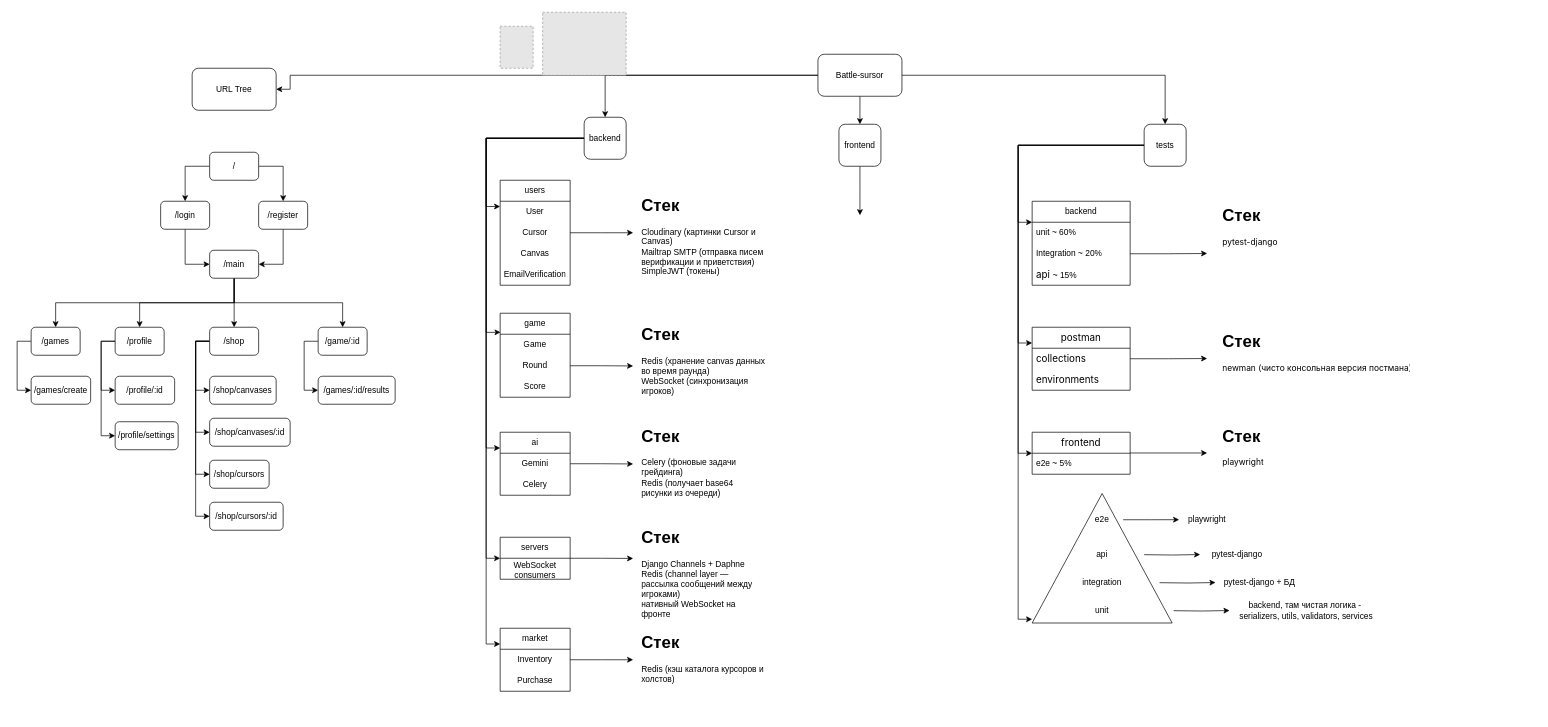
Earlier version of the draw.io diagram page "Architecture" (1 of 4) of Diagrams/Diagrams.drawio (ZeBro-pentest/Battle-cursor). Source tidied: cells renumbered, new cells numbered last; positions are measured from the earlier drawing's top-left corner, leaving out a move shared by most shapes. Both pictures are drawn from the tidied source at 70%, with x=0, y=0 at pixel (31, 12). Pictures stored in the file or linked from it are replaced by grey dashed boxes.
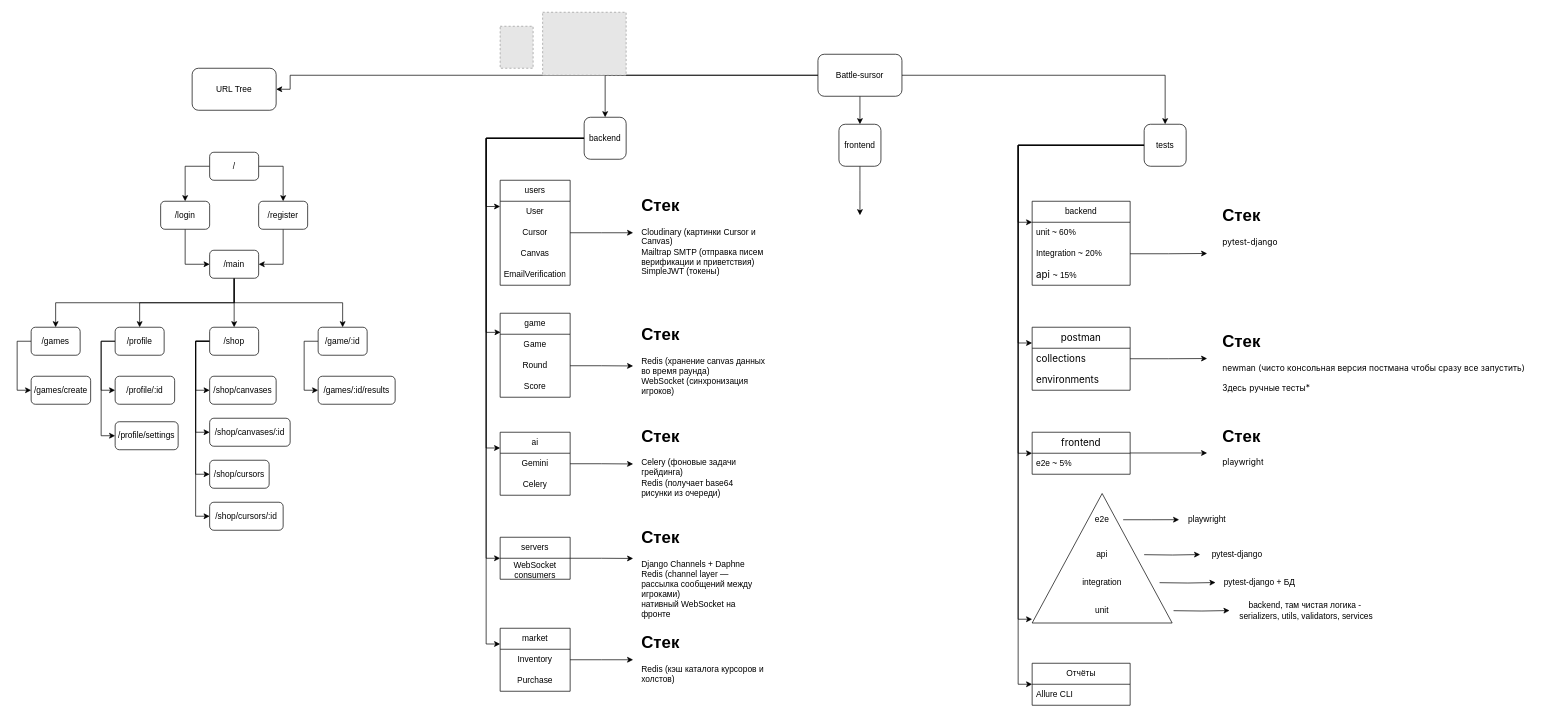
The same diagram, later.

Unchanged cells that the change refers to:
```xml
<mxCell id="17" value="tests" style="rounded=1;whiteSpace=wrap;html=1;" parent="1" vertex="1">
  <mxGeometry x="1590" y="160" width="60" height="60" as="geometry" />
</mxCell>
```

The edit, as a diff of the source:
```diff
@@
+    <mxCell id="110" style="edgeStyle=orthogonalEdgeStyle;rounded=0;jettySize=auto;html=1;exitX=0;exitY=0.5;exitDx=0;exitDy=0;entryX=0;entryY=0;entryDx=0;entryDy=0;entryPerimeter=0;" parent="1" edge="1" source="17" target="112">
+      <mxGeometry relative="1" as="geometry">
+        <Array as="points">
+          <mxPoint x="1410" y="190" />
+          <mxPoint x="1410" y="960" />
+        </Array>
+      </mxGeometry>
+    </mxCell>
@@
-    <mxCell id="91" value="&lt;h1 style=&quot;margin-top: 0px;&quot;&gt;Стек&lt;/h1&gt;&lt;p&gt;&lt;span style=&quot;font-family: &amp;quot;Anthropic Sans&amp;quot;, -apple-system, BlinkMacSystemFont, &amp;quot;Segoe UI&amp;quot;, sans-serif; white-space: nowrap;&quot;&gt;newman (чисто консольная версия постмана)&lt;/span&gt;&lt;/p&gt;" style="text;html=1;whiteSpace=wrap;overflow=hidden;rounded=0;" parent="1" vertex="1">
-      <mxGeometry x="1700" y="450" width="270" height="120" as="geometry" />
+    <mxCell id="91" value="&lt;h1 style=&quot;margin-top: 0px;&quot;&gt;Стек&lt;/h1&gt;&lt;p&gt;&lt;span style=&quot;font-family: &amp;quot;Anthropic Sans&amp;quot;, -apple-system, BlinkMacSystemFont, &amp;quot;Segoe UI&amp;quot;, sans-serif; white-space: nowrap;&quot;&gt;newman (чисто консольная версия постмана чтобы сразу все запустить)&lt;br&gt;&lt;br&gt;Здесь ручные тесты*&lt;/span&gt;&lt;/p&gt;" style="text;html=1;whiteSpace=wrap;overflow=hidden;rounded=0;" parent="1" vertex="1">
+      <mxGeometry x="1700" y="450" width="450" height="120" as="geometry" />
     </mxCell>
@@
+    <mxCell id="111" value="&lt;div style=&quot;text-align: start;&quot;&gt;Отчёты&lt;/div&gt;" style="swimlane;fontStyle=0;horizontal=1;startSize=30;whiteSpace=wrap;html=1;" parent="1" vertex="1">
+      <mxGeometry x="1430" y="930" width="140" height="60" as="geometry" />
+    </mxCell>
+    <mxCell id="112" value="Allure CLI" style="text;strokeColor=none;fillColor=none;align=left;verticalAlign=middle;spacingLeft=4;spacingRight=4;overflow=hidden;points=[[0,0.5],[1,0.5]];portConstraint=eastwest;whiteSpace=wrap;html=1;" parent="111" vertex="1">
+      <mxGeometry y="30" width="140" height="30" as="geometry" />
+    </mxCell>
```
